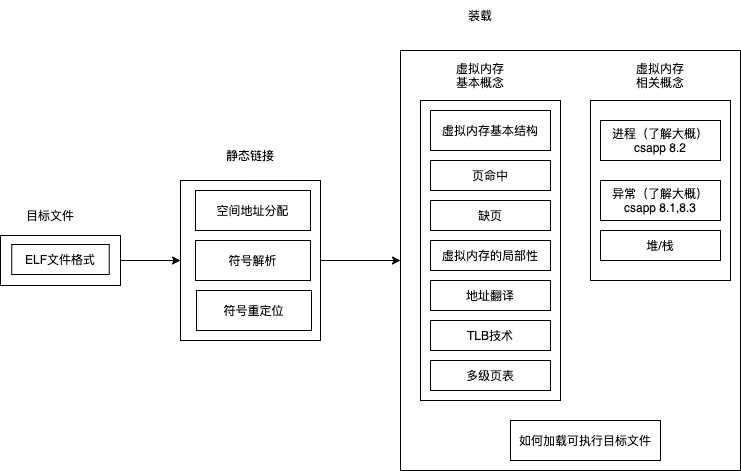
This is Untitled Diagram.drawio.png from ZhaoLeBoy/my_pics, a draw.io export, as it was before one commit. Source tidied: cells renumbered, new cells last; positions are measured from the earlier drawing's top-left corner, leaving out a move shared by most shapes. Its diagram source:
```xml
<mxGraphModel>
  <root>
    <mxCell id="0" />
    <mxCell id="1" parent="0" />
    <mxCell id="2" style="edgeStyle=orthogonalEdgeStyle;rounded=0;jettySize=auto;html=1;" parent="1" edge="1" source="3" target="6">
      <mxGeometry relative="1" as="geometry" />
    </mxCell>
    <mxCell id="3" style="rounded=0;whiteSpace=wrap;html=1;" parent="1" vertex="1">
      <mxGeometry y="235" width="120" height="50" as="geometry" />
    </mxCell>
    <mxCell id="4" value="ELF文件格式" style="rounded=0;whiteSpace=wrap;html=1;" parent="1" vertex="1">
      <mxGeometry x="11.2" y="244" width="97.5" height="30" as="geometry" />
    </mxCell>
    <mxCell id="5" style="edgeStyle=orthogonalEdgeStyle;rounded=0;jettySize=auto;html=1;" parent="1" edge="1" source="6" target="12">
      <mxGeometry relative="1" as="geometry" />
    </mxCell>
    <mxCell id="6" style="rounded=0;whiteSpace=wrap;html=1;" parent="1" vertex="1">
      <mxGeometry x="180" y="180" width="140" height="160" as="geometry" />
    </mxCell>
    <mxCell id="7" value="目标文件" style="text;html=1;strokeColor=none;fillColor=none;align=center;verticalAlign=middle;whiteSpace=wrap;rounded=0;" parent="1" vertex="1">
      <mxGeometry x="20" y="200" width="60" height="30" as="geometry" />
    </mxCell>
    <mxCell id="8" value="静态链接" style="text;html=1;strokeColor=none;fillColor=none;align=center;verticalAlign=middle;whiteSpace=wrap;rounded=0;" parent="1" vertex="1">
      <mxGeometry x="220" y="140" width="60" height="30" as="geometry" />
    </mxCell>
    <mxCell id="9" value="空间地址分配" style="rounded=0;whiteSpace=wrap;html=1;" parent="1" vertex="1">
      <mxGeometry x="195" y="190" width="115" height="40" as="geometry" />
    </mxCell>
    <mxCell id="10" value="符号解析" style="rounded=0;whiteSpace=wrap;html=1;" parent="1" vertex="1">
      <mxGeometry x="195" y="240" width="115" height="40" as="geometry" />
    </mxCell>
    <mxCell id="11" value="符号重定位" style="rounded=0;whiteSpace=wrap;html=1;" parent="1" vertex="1">
      <mxGeometry x="196" y="290" width="115" height="40" as="geometry" />
    </mxCell>
    <mxCell id="12" style="rounded=0;whiteSpace=wrap;html=1;" parent="1" vertex="1">
      <mxGeometry x="400" y="50" width="340" height="420" as="geometry" />
    </mxCell>
    <mxCell id="13" value="装载" style="text;html=1;strokeColor=none;fillColor=none;align=center;verticalAlign=middle;whiteSpace=wrap;rounded=0;" parent="1" vertex="1">
      <mxGeometry x="450" width="60" height="30" as="geometry" />
    </mxCell>
    <mxCell id="14" style="rounded=0;whiteSpace=wrap;html=1;" parent="1" vertex="1">
      <mxGeometry x="420" y="100" width="140" height="300" as="geometry" />
    </mxCell>
    <mxCell id="15" value="虚拟内存基本结构" style="rounded=0;whiteSpace=wrap;html=1;" parent="1" vertex="1">
      <mxGeometry x="430" y="110" width="120" height="40" as="geometry" />
    </mxCell>
    <mxCell id="16" value="页命中" style="rounded=0;whiteSpace=wrap;html=1;" parent="1" vertex="1">
      <mxGeometry x="430" y="160" width="120" height="30" as="geometry" />
    </mxCell>
    <mxCell id="17" value="缺页" style="rounded=0;whiteSpace=wrap;html=1;" parent="1" vertex="1">
      <mxGeometry x="430" y="200" width="120" height="30" as="geometry" />
    </mxCell>
    <mxCell id="18" value="虚拟内存的局部性" style="rounded=0;whiteSpace=wrap;html=1;" parent="1" vertex="1">
      <mxGeometry x="430" y="240" width="120" height="30" as="geometry" />
    </mxCell>
    <mxCell id="19" value="TLB技术" style="rounded=0;whiteSpace=wrap;html=1;" parent="1" vertex="1">
      <mxGeometry x="430" y="320" width="120" height="30" as="geometry" />
    </mxCell>
    <mxCell id="20" value="地址翻译" style="rounded=0;whiteSpace=wrap;html=1;" parent="1" vertex="1">
      <mxGeometry x="430" y="280" width="120" height="30" as="geometry" />
    </mxCell>
    <mxCell id="21" value="多级页表" style="rounded=0;whiteSpace=wrap;html=1;" parent="1" vertex="1">
      <mxGeometry x="430" y="360" width="120" height="30" as="geometry" />
    </mxCell>
    <mxCell id="22" value="虚拟内存基本概念" style="text;html=1;strokeColor=none;fillColor=none;align=center;verticalAlign=middle;whiteSpace=wrap;rounded=0;" parent="1" vertex="1">
      <mxGeometry x="450" y="60" width="60" height="30" as="geometry" />
    </mxCell>
    <mxCell id="23" value="如何加载可执行目标文件" style="rounded=0;whiteSpace=wrap;html=1;" parent="1" vertex="1">
      <mxGeometry x="510" y="420" width="150" height="40" as="geometry" />
    </mxCell>
    <mxCell id="24" style="rounded=0;whiteSpace=wrap;html=1;" parent="1" vertex="1">
      <mxGeometry x="590" y="100" width="140" height="180" as="geometry" />
    </mxCell>
    <mxCell id="25" value="进程（了解大概）csapp 8.2" style="rounded=0;whiteSpace=wrap;html=1;" parent="1" vertex="1">
      <mxGeometry x="600" y="120" width="120" height="40" as="geometry" />
    </mxCell>
    <mxCell id="26" value="异常（了解大概）csapp 8.1,8.3" style="rounded=0;whiteSpace=wrap;html=1;" parent="1" vertex="1">
      <mxGeometry x="600" y="180" width="120" height="40" as="geometry" />
    </mxCell>
    <mxCell id="27" value="堆/栈" style="rounded=0;whiteSpace=wrap;html=1;" parent="1" vertex="1">
      <mxGeometry x="600" y="230" width="120" height="30" as="geometry" />
    </mxCell>
    <mxCell id="28" value="虚拟内存相关概念" style="text;html=1;strokeColor=none;fillColor=none;align=center;verticalAlign=middle;whiteSpace=wrap;rounded=0;" parent="1" vertex="1">
      <mxGeometry x="630" y="60" width="60" height="30" as="geometry" />
    </mxCell>
  </root>
</mxGraphModel>
```
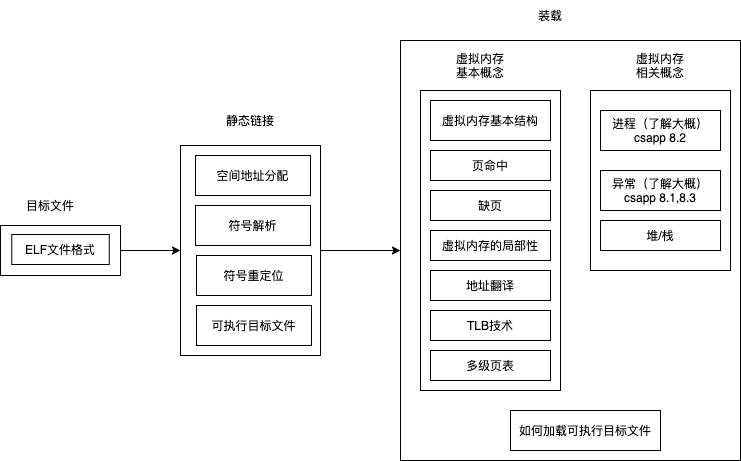
Later version of the same file.

What changed in the source:
```diff
@@ -15,28 +15,28 @@
       <mxGeometry relative="1" as="geometry" />
     </mxCell>
     <mxCell id="6" style="rounded=0;whiteSpace=wrap;html=1;" parent="1" vertex="1">
-      <mxGeometry x="180" y="180" width="140" height="160" as="geometry" />
+      <mxGeometry x="180" y="155" width="140" height="210" as="geometry" />
     </mxCell>
     <mxCell id="7" value="目标文件" style="text;html=1;strokeColor=none;fillColor=none;align=center;verticalAlign=middle;whiteSpace=wrap;rounded=0;" parent="1" vertex="1">
       <mxGeometry x="20" y="200" width="60" height="30" as="geometry" />
     </mxCell>
     <mxCell id="8" value="静态链接" style="text;html=1;strokeColor=none;fillColor=none;align=center;verticalAlign=middle;whiteSpace=wrap;rounded=0;" parent="1" vertex="1">
-      <mxGeometry x="220" y="140" width="60" height="30" as="geometry" />
+      <mxGeometry x="220" y="115" width="60" height="30" as="geometry" />
     </mxCell>
     <mxCell id="9" value="空间地址分配" style="rounded=0;whiteSpace=wrap;html=1;" parent="1" vertex="1">
-      <mxGeometry x="195" y="190" width="115" height="40" as="geometry" />
+      <mxGeometry x="195" y="165" width="115" height="40" as="geometry" />
     </mxCell>
     <mxCell id="10" value="符号解析" style="rounded=0;whiteSpace=wrap;html=1;" parent="1" vertex="1">
-      <mxGeometry x="195" y="240" width="115" height="40" as="geometry" />
+      <mxGeometry x="195" y="215" width="115" height="40" as="geometry" />
     </mxCell>
     <mxCell id="11" value="符号重定位" style="rounded=0;whiteSpace=wrap;html=1;" parent="1" vertex="1">
-      <mxGeometry x="196" y="290" width="115" height="40" as="geometry" />
+      <mxGeometry x="196" y="265" width="115" height="40" as="geometry" />
     </mxCell>
     <mxCell id="12" style="rounded=0;whiteSpace=wrap;html=1;" parent="1" vertex="1">
       <mxGeometry x="400" y="50" width="340" height="420" as="geometry" />
     </mxCell>
     <mxCell id="13" value="装载" style="text;html=1;strokeColor=none;fillColor=none;align=center;verticalAlign=middle;whiteSpace=wrap;rounded=0;" parent="1" vertex="1">
-      <mxGeometry x="450" width="60" height="30" as="geometry" />
+      <mxGeometry x="520" y="10" width="60" height="30" as="geometry" />
     </mxCell>
     <mxCell id="14" style="rounded=0;whiteSpace=wrap;html=1;" parent="1" vertex="1">
       <mxGeometry x="420" y="100" width="140" height="300" as="geometry" />
@@ -83,5 +83,8 @@
     <mxCell id="28" value="虚拟内存相关概念" style="text;html=1;strokeColor=none;fillColor=none;align=center;verticalAlign=middle;whiteSpace=wrap;rounded=0;" parent="1" vertex="1">
       <mxGeometry x="630" y="60" width="60" height="30" as="geometry" />
     </mxCell>
+    <mxCell id="29" value="可执行目标文件" style="rounded=0;whiteSpace=wrap;html=1;" parent="1" vertex="1">
+      <mxGeometry x="196" y="315" width="115" height="40" as="geometry" />
+    </mxCell>
   </root>
 </mxGraphModel>
```
